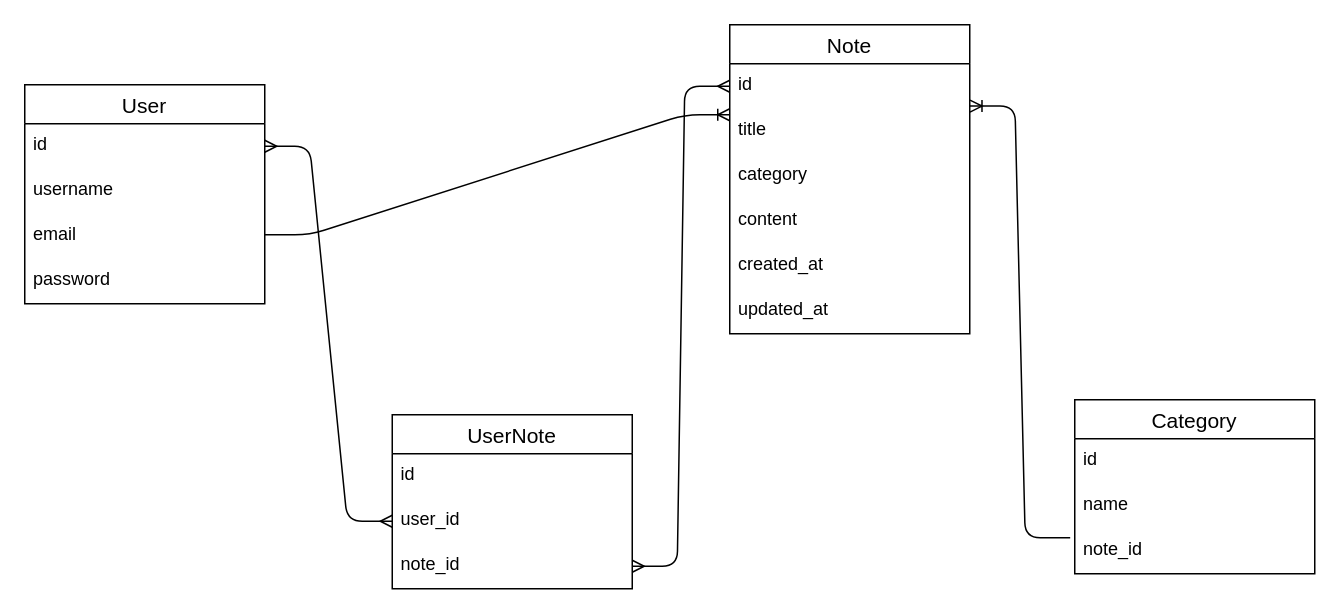
The draw.io diagram domain.drawio in joanne-ndirangu/notes-app, before the edit. Source tidied: cells renumbered, new cells numbered last; positions are measured from the earlier drawing's top-left corner, leaving out a move shared by most shapes. Both pictures are drawn from the tidied source at 150%, with x=0, y=0 at pixel (24, 24).
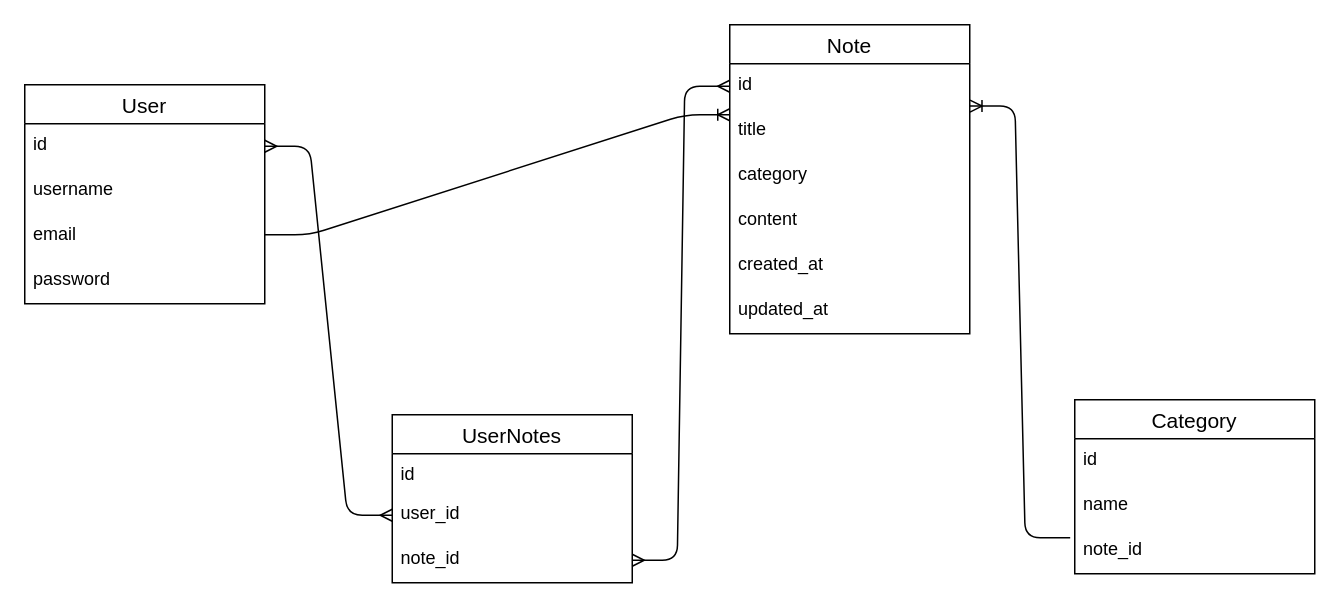
The same page after the edit.

What changed in the source:
```diff
@@
-    <mxCell id="7" value="UserNote" style="swimlane;fontStyle=0;horizontal=1;startSize=26;align=center;fontSize=14;" parent="1" vertex="1">
-      <mxGeometry x="245" y="260" width="160" height="116" as="geometry" />
+    <mxCell id="7" value="UserNotes" style="swimlane;fontStyle=0;horizontal=1;startSize=26;align=center;fontSize=14;" parent="1" vertex="1">
+      <mxGeometry x="245" y="260" width="160" height="112" as="geometry" />
     </mxCell>
     <mxCell id="8" value="id" style="text;strokeColor=none;fillColor=none;spacingLeft=4;spacingRight=4;overflow=hidden;fontSize=12;" parent="7" vertex="1">
-      <mxGeometry y="26" width="160" height="30" as="geometry" />
+      <mxGeometry y="26" width="160" height="26" as="geometry" />
     </mxCell>
     <mxCell id="9" value="user_id" style="text;strokeColor=none;fillColor=none;spacingLeft=4;spacingRight=4;overflow=hidden;points=[[0,0.5],[1,0.5]];portConstraint=eastwest;fontSize=12;" parent="7" vertex="1">
-      <mxGeometry y="56" width="160" height="30" as="geometry" />
+      <mxGeometry y="52" width="160" height="30" as="geometry" />
     </mxCell>
     <mxCell id="10" value="note_id" style="text;strokeColor=none;fillColor=none;spacingLeft=4;spacingRight=4;overflow=hidden;points=[[0,0.5],[1,0.5]];portConstraint=eastwest;fontSize=12;" parent="7" vertex="1">
-      <mxGeometry y="86" width="160" height="30" as="geometry" />
+      <mxGeometry y="82" width="160" height="30" as="geometry" />
     </mxCell>
```
